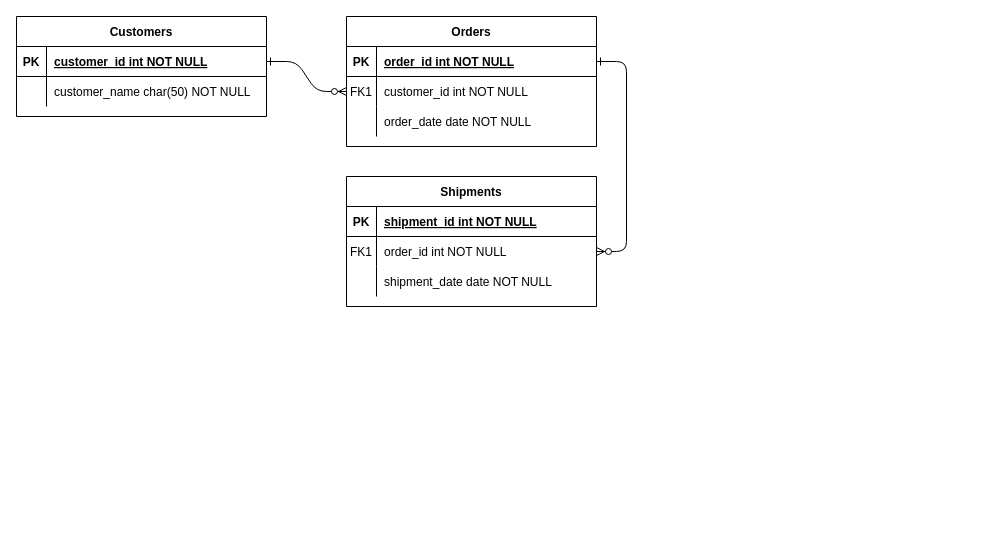
The draw.io diagram diagrama_conceptuală_2.drawio in AndreeaRusanda/spatial_db, before the edit. Source tidied: cells renumbered, new cells numbered last; positions are measured from the earlier drawing's top-left corner, leaving out a move shared by most shapes. Both pictures are drawn from the tidied source at 100%, with x=0, y=0 at pixel (16, 16).
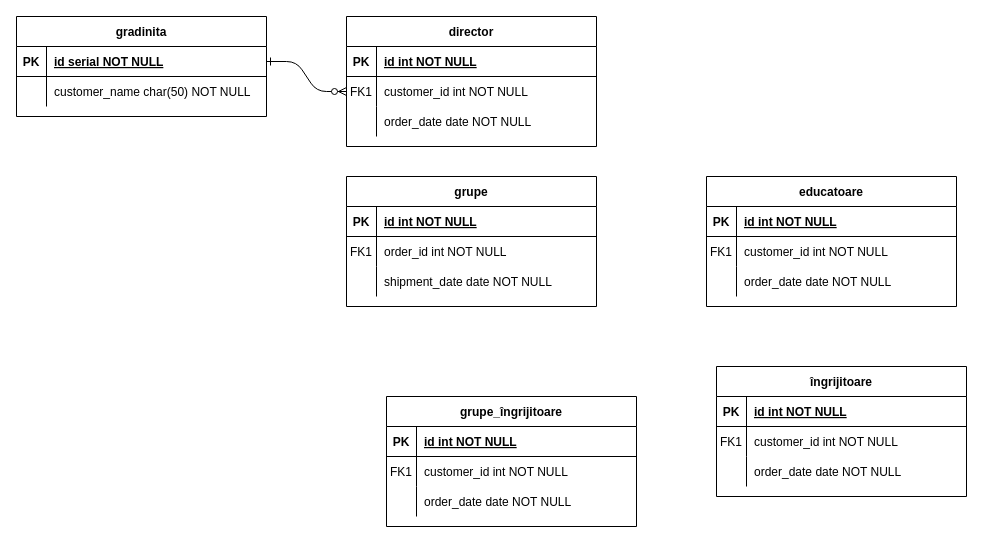
Above is the later version.

The change refers to these unchanged cells:
```xml
<mxCell id="5" style="shape=partialRectangle;fillColor=none;points=[[0,0.5],[1,0.5]];portConstraint=eastwest;top=0;left=0;right=0;bottom=1;" parent="4" vertex="1">
  <mxGeometry y="30" width="250" height="30" as="geometry" />
</mxCell>
<mxCell id="15" style="shape=partialRectangle;fillColor=none;top=0;left=0;right=0;bottom=1;" parent="14" vertex="1">
  <mxGeometry y="30" width="250" height="30" as="geometry" />
</mxCell>
<mxCell id="18" style="shape=partialRectangle;fillColor=none;points=[[0,0.5],[1,0.5]];portConstraint=eastwest;top=0;left=0;right=0;bottom=0;" parent="14" vertex="1">
  <mxGeometry y="60" width="250" height="30" as="geometry" />
</mxCell>
<mxCell id="25" style="shape=partialRectangle;fillColor=none;points=[[0,0.5],[1,0.5]];portConstraint=eastwest;top=0;left=0;right=0;bottom=1;" parent="24" vertex="1">
  <mxGeometry y="30" width="250" height="30" as="geometry" />
</mxCell>
```

The edit, as a diff of the source:
```diff
@@
-    <mxCell id="3" style="edgeStyle=entityRelationEdgeStyle;endArrow=ERzeroToMany;startArrow=ERone;endFill=1;startFill=0;" parent="1" edge="1" source="5" target="18">
-      <mxGeometry relative="1" as="geometry" />
-    </mxCell>
-    <mxCell id="4" value="Orders" style="shape=table;startSize=30;childLayout=tableLayout;rowLines=0;fontStyle=1;align=center;" parent="1" vertex="1">
+    <mxCell id="4" value="director" style="shape=table;startSize=30;childLayout=tableLayout;rowLines=0;fontStyle=1;align=center;" parent="1" vertex="1">
       <mxGeometry x="330" width="250" height="130" as="geometry" />
     </mxCell>
@@
-    <mxCell id="7" value="order_id int NOT NULL " style="shape=partialRectangle;overflow=hidden;fillColor=none;top=0;left=0;bottom=0;right=0;align=left;spacingLeft=6;fontStyle=5;" parent="5" vertex="1">
+    <mxCell id="7" value="id int NOT NULL " style="shape=partialRectangle;overflow=hidden;fillColor=none;top=0;left=0;bottom=0;right=0;align=left;spacingLeft=6;fontStyle=5;" parent="5" vertex="1">
       <mxGeometry x="30" width="220" height="30" as="geometry" />
     </mxCell>
@@
-    <mxCell id="14" value="Shipments" style="shape=table;startSize=30;childLayout=tableLayout;rowLines=0;fontStyle=1;align=center;" parent="1" vertex="1">
+    <mxCell id="14" value="grupe" style="shape=table;startSize=30;childLayout=tableLayout;rowLines=0;fontStyle=1;align=center;" parent="1" vertex="1">
       <mxGeometry x="330" y="160" width="250" height="130" as="geometry" />
     </mxCell>
@@
-    <mxCell id="17" value="shipment_id int NOT NULL " style="shape=partialRectangle;overflow=hidden;fillColor=none;top=0;left=0;bottom=0;right=0;align=left;spacingLeft=6;fontStyle=5;" parent="15" vertex="1">
+    <mxCell id="17" value="id int NOT NULL " style="shape=partialRectangle;overflow=hidden;fillColor=none;top=0;left=0;bottom=0;right=0;align=left;spacingLeft=6;fontStyle=5;" parent="15" vertex="1">
       <mxGeometry x="30" width="220" height="30" as="geometry" />
     </mxCell>
@@
-    <mxCell id="24" value="Customers" style="shape=table;startSize=30;childLayout=tableLayout;rowLines=0;fontStyle=1;align=center;" parent="1" vertex="1">
+    <mxCell id="24" value="gradinita" style="shape=table;startSize=30;childLayout=tableLayout;rowLines=0;fontStyle=1;align=center;" parent="1" vertex="1">
       <mxGeometry width="250" height="100" as="geometry" />
     </mxCell>
@@
-    <mxCell id="27" value="customer_id int NOT NULL " style="shape=partialRectangle;overflow=hidden;fillColor=none;top=0;left=0;bottom=0;right=0;align=left;spacingLeft=6;fontStyle=5;" parent="25" vertex="1">
+    <mxCell id="27" value="id serial NOT NULL " style="shape=partialRectangle;overflow=hidden;fillColor=none;top=0;left=0;bottom=0;right=0;align=left;spacingLeft=6;fontStyle=5;" parent="25" vertex="1">
       <mxGeometry x="30" width="220" height="30" as="geometry" />
     </mxCell>
@@
+    <mxCell id="31" value="educatoare" style="shape=table;startSize=30;childLayout=tableLayout;rowLines=0;fontStyle=1;align=center;" parent="1" vertex="1">
+      <mxGeometry x="690" y="160" width="250" height="130" as="geometry" />
+    </mxCell>
+    <mxCell id="32" style="shape=partialRectangle;fillColor=none;top=0;left=0;right=0;bottom=1;" parent="31" vertex="1">
+      <mxGeometry y="30" width="250" height="30" as="geometry" />
+    </mxCell>
+    <mxCell id="33" value="PK" style="shape=partialRectangle;overflow=hidden;fillColor=none;top=0;left=0;bottom=0;right=0;fontStyle=1;" parent="32" vertex="1">
+      <mxGeometry width="30" height="30" as="geometry" />
+    </mxCell>
+    <mxCell id="34" value="id int NOT NULL " style="shape=partialRectangle;overflow=hidden;fillColor=none;top=0;left=0;bottom=0;right=0;align=left;spacingLeft=6;fontStyle=5;" parent="32" vertex="1">
+      <mxGeometry x="30" width="220" height="30" as="geometry" />
+    </mxCell>
+    <mxCell id="35" style="shape=partialRectangle;fillColor=none;top=0;left=0;right=0;bottom=0;" parent="31" vertex="1">
+      <mxGeometry y="60" width="250" height="30" as="geometry" />
+    </mxCell>
+    <mxCell id="36" value="FK1" style="shape=partialRectangle;overflow=hidden;fillColor=none;top=0;left=0;bottom=0;right=0;" parent="35" vertex="1">
+      <mxGeometry width="30" height="30" as="geometry" />
+    </mxCell>
+    <mxCell id="37" value="customer_id int NOT NULL" style="shape=partialRectangle;overflow=hidden;fillColor=none;top=0;left=0;bottom=0;right=0;align=left;spacingLeft=6;" parent="35" vertex="1">
+      <mxGeometry x="30" width="220" height="30" as="geometry" />
+    </mxCell>
+    <mxCell id="38" style="shape=partialRectangle;fillColor=none;top=0;left=0;right=0;bottom=0;" parent="31" vertex="1">
+      <mxGeometry y="90" width="250" height="30" as="geometry" />
+    </mxCell>
+    <mxCell id="39" style="shape=partialRectangle;overflow=hidden;fillColor=none;top=0;left=0;bottom=0;right=0;" parent="38" vertex="1">
+      <mxGeometry width="30" height="30" as="geometry" />
+    </mxCell>
+    <mxCell id="40" value="order_date date NOT NULL" style="shape=partialRectangle;overflow=hidden;fillColor=none;top=0;left=0;bottom=0;right=0;align=left;spacingLeft=6;" parent="38" vertex="1">
+      <mxGeometry x="30" width="220" height="30" as="geometry" />
+    </mxCell>
+    <mxCell id="41" value="îngrijitoare" style="shape=table;startSize=30;childLayout=tableLayout;rowLines=0;fontStyle=1;align=center;" parent="1" vertex="1">
+      <mxGeometry x="700" y="350" width="250" height="130" as="geometry" />
+    </mxCell>
+    <mxCell id="42" style="shape=partialRectangle;fillColor=none;top=0;left=0;right=0;bottom=1;" parent="41" vertex="1">
+      <mxGeometry y="30" width="250" height="30" as="geometry" />
+    </mxCell>
+    <mxCell id="43" value="PK" style="shape=partialRectangle;overflow=hidden;fillColor=none;top=0;left=0;bottom=0;right=0;fontStyle=1;" parent="42" vertex="1">
+      <mxGeometry width="30" height="30" as="geometry" />
+    </mxCell>
+    <mxCell id="44" value="id int NOT NULL " style="shape=partialRectangle;overflow=hidden;fillColor=none;top=0;left=0;bottom=0;right=0;align=left;spacingLeft=6;fontStyle=5;" parent="42" vertex="1">
+      <mxGeometry x="30" width="220" height="30" as="geometry" />
+    </mxCell>
+    <mxCell id="45" style="shape=partialRectangle;fillColor=none;top=0;left=0;right=0;bottom=0;" parent="41" vertex="1">
+      <mxGeometry y="60" width="250" height="30" as="geometry" />
+    </mxCell>
+    <mxCell id="46" value="FK1" style="shape=partialRectangle;overflow=hidden;fillColor=none;top=0;left=0;bottom=0;right=0;" parent="45" vertex="1">
+      <mxGeometry width="30" height="30" as="geometry" />
+    </mxCell>
+    <mxCell id="47" value="customer_id int NOT NULL" style="shape=partialRectangle;overflow=hidden;fillColor=none;top=0;left=0;bottom=0;right=0;align=left;spacingLeft=6;" parent="45" vertex="1">
+      <mxGeometry x="30" width="220" height="30" as="geometry" />
+    </mxCell>
+    <mxCell id="48" style="shape=partialRectangle;fillColor=none;top=0;left=0;right=0;bottom=0;" parent="41" vertex="1">
+      <mxGeometry y="90" width="250" height="30" as="geometry" />
+    </mxCell>
+    <mxCell id="49" style="shape=partialRectangle;overflow=hidden;fillColor=none;top=0;left=0;bottom=0;right=0;" parent="48" vertex="1">
+      <mxGeometry width="30" height="30" as="geometry" />
+    </mxCell>
+    <mxCell id="50" value="order_date date NOT NULL" style="shape=partialRectangle;overflow=hidden;fillColor=none;top=0;left=0;bottom=0;right=0;align=left;spacingLeft=6;" parent="48" vertex="1">
+      <mxGeometry x="30" width="220" height="30" as="geometry" />
+    </mxCell>
+    <mxCell id="51" value="grupe_îngrijitoare" style="shape=table;startSize=30;childLayout=tableLayout;rowLines=0;fontStyle=1;align=center;" parent="1" vertex="1">
+      <mxGeometry x="370" y="380" width="250" height="130" as="geometry" />
+    </mxCell>
+    <mxCell id="52" style="shape=partialRectangle;fillColor=none;top=0;left=0;right=0;bottom=1;" parent="51" vertex="1">
+      <mxGeometry y="30" width="250" height="30" as="geometry" />
+    </mxCell>
+    <mxCell id="53" value="PK" style="shape=partialRectangle;overflow=hidden;fillColor=none;top=0;left=0;bottom=0;right=0;fontStyle=1;" parent="52" vertex="1">
+      <mxGeometry width="30" height="30" as="geometry" />
+    </mxCell>
+    <mxCell id="54" value="id int NOT NULL " style="shape=partialRectangle;overflow=hidden;fillColor=none;top=0;left=0;bottom=0;right=0;align=left;spacingLeft=6;fontStyle=5;" parent="52" vertex="1">
+      <mxGeometry x="30" width="220" height="30" as="geometry" />
+    </mxCell>
+    <mxCell id="55" style="shape=partialRectangle;fillColor=none;top=0;left=0;right=0;bottom=0;" parent="51" vertex="1">
+      <mxGeometry y="60" width="250" height="30" as="geometry" />
+    </mxCell>
+    <mxCell id="56" value="FK1" style="shape=partialRectangle;overflow=hidden;fillColor=none;top=0;left=0;bottom=0;right=0;" parent="55" vertex="1">
+      <mxGeometry width="30" height="30" as="geometry" />
+    </mxCell>
+    <mxCell id="57" value="customer_id int NOT NULL" style="shape=partialRectangle;overflow=hidden;fillColor=none;top=0;left=0;bottom=0;right=0;align=left;spacingLeft=6;" parent="55" vertex="1">
+      <mxGeometry x="30" width="220" height="30" as="geometry" />
+    </mxCell>
+    <mxCell id="58" style="shape=partialRectangle;fillColor=none;top=0;left=0;right=0;bottom=0;" parent="51" vertex="1">
+      <mxGeometry y="90" width="250" height="30" as="geometry" />
+    </mxCell>
+    <mxCell id="59" style="shape=partialRectangle;overflow=hidden;fillColor=none;top=0;left=0;bottom=0;right=0;" parent="58" vertex="1">
+      <mxGeometry width="30" height="30" as="geometry" />
+    </mxCell>
+    <mxCell id="60" value="order_date date NOT NULL" style="shape=partialRectangle;overflow=hidden;fillColor=none;top=0;left=0;bottom=0;right=0;align=left;spacingLeft=6;" parent="58" vertex="1">
+      <mxGeometry x="30" width="220" height="30" as="geometry" />
+    </mxCell>
```
